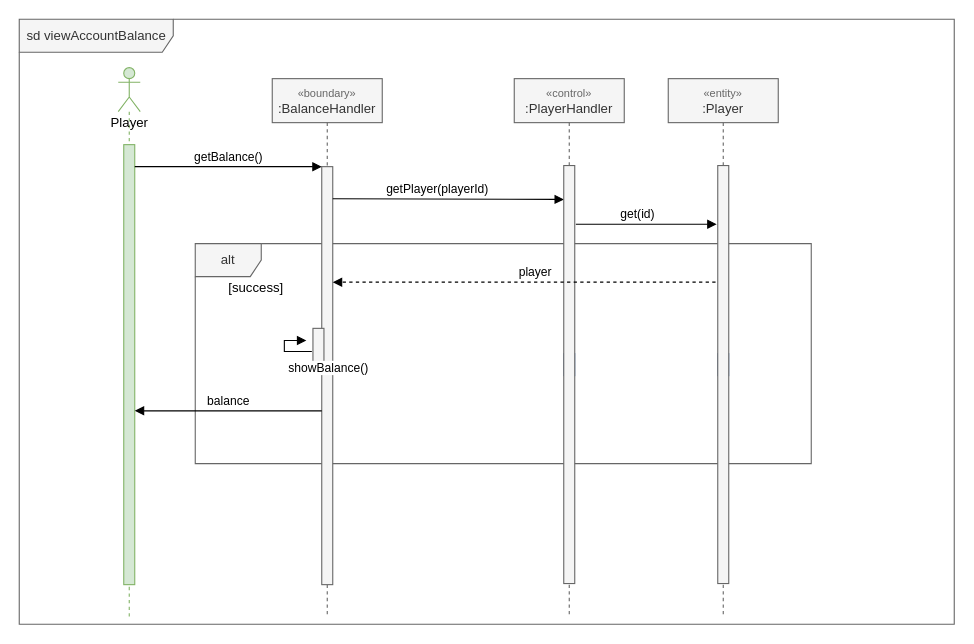
Before: docs/diagrams/UCR-01_sequence.drawio in deadbeef-alo/CloverStack, a draw.io diagram. Source tidied: cells renumbered, new cells numbered last; positions are measured from the earlier drawing's top-left corner, leaving out a move shared by most shapes. Both pictures are drawn from the tidied source at 110%, with x=0, y=0 at pixel (19, 19).
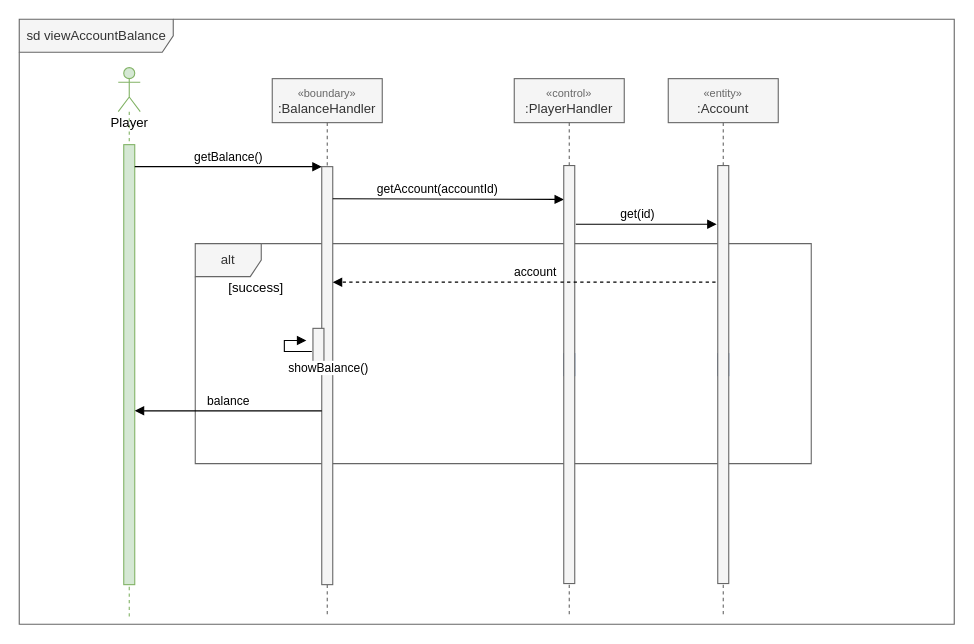
Above is the later version.

Commit message (it also covers changes not shown here):
Task 4: Change Player/player to Account/account

Unchanged cells that the change refers to:
```xml
<mxCell id="16" style="html=1;points=[];perimeter=orthogonalPerimeter;fillColor=#f5f5f5;strokeColor=#666666;fontColor=#333333;" parent="1" vertex="1">
  <mxGeometry x="495" y="133" width="10" height="380" as="geometry" />
</mxCell>
```

Change to the diagram source:
```diff
@@
-    <mxCell id="14" value="getPlayer(playerId)" style="html=1;verticalAlign=bottom;endArrow=block;entryX=0.02;entryY=0.081;rounded=0;entryDx=0;entryDy=0;entryPerimeter=0;" parent="1" edge="1" target="16">
+    <mxCell id="14" value="getAccount(accountId)" style="html=1;verticalAlign=bottom;endArrow=block;entryX=0.02;entryY=0.081;rounded=0;entryDx=0;entryDy=0;entryPerimeter=0;" parent="1" edge="1" target="16">
       <mxGeometry x="-0.1" relative="1" as="geometry">
         <mxPoint x="285" y="163.2" as="sourcePoint" />
       </mxGeometry>
     </mxCell>
@@
-    <mxCell id="17" value="&lt;font style=&quot;font-size: 10px; color: rgb(102, 102, 102);&quot;&gt;«entity»&lt;/font&gt;&lt;br&gt;:Player" style="shape=umlLifeline;perimeter=lifelinePerimeter;whiteSpace=wrap;html=1;fillColor=#f5f5f5;strokeColor=#666666;fontColor=#333333;" parent="1" vertex="1">
+    <mxCell id="17" value="&lt;font style=&quot;font-size: 10px; color: rgb(102, 102, 102);&quot;&gt;«entity»&lt;/font&gt;&lt;br&gt;:Account" style="shape=umlLifeline;perimeter=lifelinePerimeter;whiteSpace=wrap;html=1;fillColor=#f5f5f5;strokeColor=#666666;fontColor=#333333;" parent="1" vertex="1">
       <mxGeometry x="590" y="54" width="100" height="490" as="geometry" />
     </mxCell>
@@
-    <mxCell id="21" value="player" style="html=1;verticalAlign=bottom;endArrow=block;rounded=0;exitX=1.099;exitY=0.143;exitDx=0;exitDy=0;exitPerimeter=0;dashed=1;" parent="1" edge="1">
+    <mxCell id="21" value="account" style="html=1;verticalAlign=bottom;endArrow=block;rounded=0;exitX=1.099;exitY=0.143;exitDx=0;exitDy=0;exitPerimeter=0;dashed=1;" parent="1" edge="1">
       <mxGeometry x="-0.06" relative="1" as="geometry">
         <mxPoint x="633" y="239" as="sourcePoint" />
         <mxPoint x="285" y="239" as="targetPoint" />
       </mxGeometry>
     </mxCell>
```
